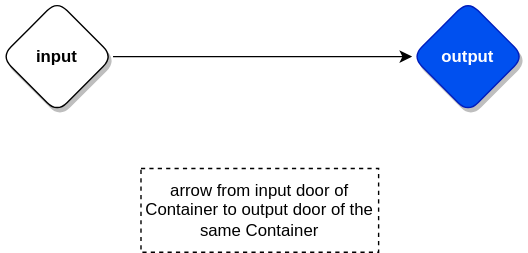
Earlier version of the draw.io export DPL syntax/DPL syntax-through.drawio.svg (guitarvydas/0dproto). Source tidied: cells renumbered, new cells last; positions are measured from the earlier drawing's top-left corner, leaving out a move shared by most shapes.
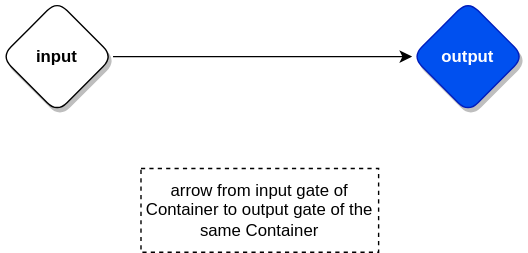
The same diagram one commit later.

Commit message:
edits to README.md and the diagrams in 'DPL syntax/*'

What changed in the source:
```diff
@@ -11,7 +11,7 @@
     <mxCell id="4" value="output" style="rhombus;whiteSpace=wrap;html=1;rounded=1;fillColor=#0050ef;fontColor=#ffffff;strokeColor=#001DBC;fontStyle=1;glass=0;sketch=0;fontSize=12;points=[[0,0.5,0,0,0],[0.5,0,0,0,0],[0.5,1,0,0,0],[1,0.5,0,0,0]];shadow=1;" parent="1" vertex="1">
       <mxGeometry x="294" width="80" height="80" as="geometry" />
     </mxCell>
-    <mxCell id="5" value="arrow from input door of Container to output door of the same Container" style="rounded=0;whiteSpace=wrap;html=1;dashed=1;" parent="1" vertex="1">
+    <mxCell id="5" value="arrow from input gate of Container to output gate of the same Container" style="rounded=0;whiteSpace=wrap;html=1;dashed=1;" parent="1" vertex="1">
       <mxGeometry x="100" y="120" width="170" height="60" as="geometry" />
     </mxCell>
   </root>
```
